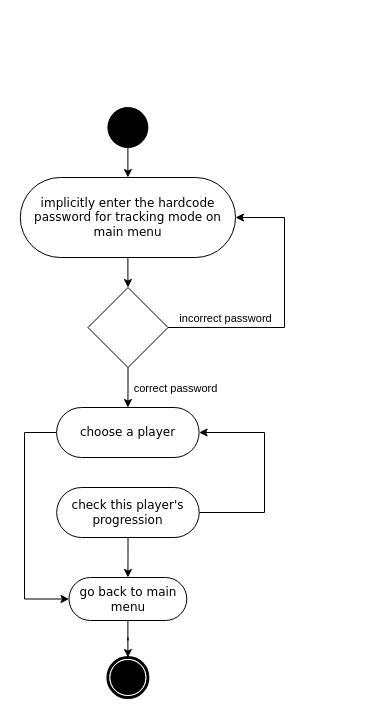
Earlier version of the draw.io diagram track progression.drawio (maxinimize/uml). Source tidied: cells renumbered, new cells numbered last; positions are measured from the earlier drawing's top-left corner, leaving out a move shared by most shapes. Both pictures are drawn from the tidied source at 100%, with x=0, y=0 at pixel (20, 107).
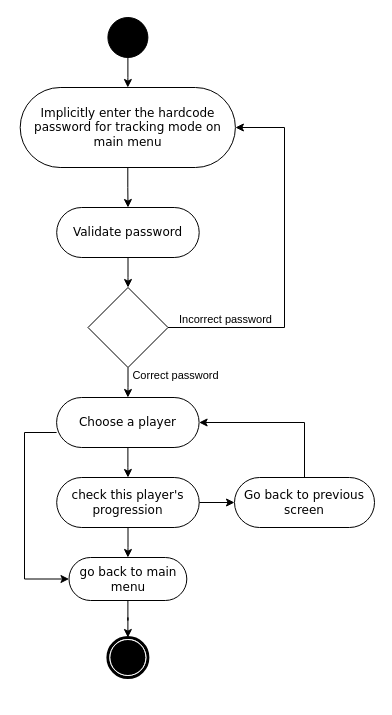
After the change.

The change refers to these unchanged cells:
```xml
<mxCell id="13" style="edgeStyle=orthogonalEdgeStyle;rounded=0;jettySize=auto;html=1;" parent="1" edge="1" source="15" target="3">
  <mxGeometry relative="1" as="geometry" />
</mxCell>
<mxCell id="15" style="rhombus;whiteSpace=wrap;html=1;" parent="1" vertex="1">
  <mxGeometry x="67.5" y="180" width="80" height="80" as="geometry" />
</mxCell>
```

The edit, as a diff of the source:
```diff
@@
     <mxCell id="2" style="edgeStyle=orthogonalEdgeStyle;rounded=0;jettySize=auto;html=1;entryX=0;entryY=0.5;entryDx=0;entryDy=0;" parent="1" edge="1" source="3" target="7">
       <mxGeometry relative="1" as="geometry">
         <Array as="points">
           <mxPoint x="4" y="325" />
-          <mxPoint x="4" y="492" />
+          <mxPoint x="4" y="472" />
         </Array>
       </mxGeometry>
     </mxCell>
+    <mxCell id="19" style="edgeStyle=orthogonalEdgeStyle;rounded=0;jettySize=auto;html=1;" parent="1" edge="1" source="3" target="18">
+      <mxGeometry relative="1" as="geometry" />
+    </mxCell>
-    <mxCell id="3" value="choose a player" style="rounded=1;whiteSpace=wrap;html=1;shadow=0;comic=0;labelBackgroundColor=none;strokeWidth=1;fontFamily=Verdana;fontSize=12;align=center;arcSize=50;" parent="1" vertex="1">
-      <mxGeometry x="36.1" y="300" width="142.5" height="50" as="geometry" />
+    <mxCell id="3" value="Choose a player" style="rounded=1;whiteSpace=wrap;html=1;shadow=0;comic=0;labelBackgroundColor=none;strokeWidth=1;fontFamily=Verdana;fontSize=12;align=center;arcSize=50;" parent="1" vertex="1">
+      <mxGeometry x="36.1" y="290" width="142.5" height="50" as="geometry" />
     </mxCell>
@@
     <mxCell id="5" style="ellipse;whiteSpace=wrap;html=1;rounded=0;shadow=0;comic=0;labelBackgroundColor=none;strokeWidth=1;fillColor=#000000;fontFamily=Verdana;fontSize=12;align=center;" parent="1" vertex="1">
-      <mxGeometry x="87.4" width="40" height="40" as="geometry" />
+      <mxGeometry x="87.4" y="-90" width="40" height="40" as="geometry" />
     </mxCell>
@@
     <mxCell id="7" value="go back to main menu" style="rounded=1;whiteSpace=wrap;html=1;shadow=0;comic=0;labelBackgroundColor=none;strokeWidth=1;fontFamily=Verdana;fontSize=12;align=center;arcSize=50;" parent="1" vertex="1">
-      <mxGeometry x="48.5" y="470" width="117.8" height="43" as="geometry" />
+      <mxGeometry x="48.5" y="450" width="117.8" height="43" as="geometry" />
     </mxCell>
     <mxCell id="8" style="shape=mxgraph.bpmn.shape;html=1;verticalLabelPosition=bottom;labelBackgroundColor=#ffffff;verticalAlign=top;perimeter=ellipsePerimeter;outline=end;symbol=terminate;rounded=0;shadow=0;comic=0;strokeWidth=1;fontFamily=Verdana;fontSize=12;align=center;" parent="1" vertex="1">
-      <mxGeometry x="87.4" y="550" width="40" height="40" as="geometry" />
+      <mxGeometry x="87.4" y="530" width="40" height="40" as="geometry" />
     </mxCell>
-    <mxCell id="9" style="edgeStyle=orthogonalEdgeStyle;rounded=0;jettySize=auto;html=1;" parent="1" edge="1" source="10" target="15">
+    <mxCell id="9" style="edgeStyle=orthogonalEdgeStyle;rounded=0;jettySize=auto;html=1;" parent="1" edge="1" source="24" target="15">
       <mxGeometry relative="1" as="geometry" />
     </mxCell>
-    <mxCell id="10" value="implicitly enter the hardcode password for tracking mode on main menu" style="rounded=1;whiteSpace=wrap;html=1;shadow=0;comic=0;labelBackgroundColor=none;strokeWidth=1;fontFamily=Verdana;fontSize=12;align=center;arcSize=50;" parent="1" vertex="1">
-      <mxGeometry x="-0.2" y="70" width="215.2" height="80" as="geometry" />
+    <mxCell id="10" value="Implicitly enter the hardcode password for tracking mode on main menu" style="rounded=1;whiteSpace=wrap;html=1;shadow=0;comic=0;labelBackgroundColor=none;strokeWidth=1;fontFamily=Verdana;fontSize=12;align=center;arcSize=50;" parent="1" vertex="1">
+      <mxGeometry x="-0.3" y="-20" width="215.2" height="80" as="geometry" />
     </mxCell>
     <mxCell id="11" style="edgeStyle=orthogonalEdgeStyle;rounded=0;jettySize=auto;html=1;entryX=1;entryY=0.5;entryDx=0;entryDy=0;" parent="1" edge="1" source="15" target="10">
       <mxGeometry relative="1" as="geometry">
         <Array as="points">
           <mxPoint x="264" y="220" />
-          <mxPoint x="264" y="110" />
+          <mxPoint x="264" y="20" />
         </Array>
       </mxGeometry>
     </mxCell>
-    <mxCell id="12" value="incorrect password" style="edgeLabel;html=1;align=center;verticalAlign=middle;" parent="11" vertex="1">
+    <mxCell id="12" value="Incorrect password" style="edgeLabel;html=1;align=center;verticalAlign=middle;" parent="11" vertex="1">
       <mxGeometry x="0.21" y="3" relative="1" as="geometry">
-        <mxPoint x="-57" y="41" as="offset" />
+        <mxPoint x="-57" y="96" as="offset" />
       </mxGeometry>
     </mxCell>
@@
-    <mxCell id="14" value="correct password" style="edgeLabel;html=1;align=center;verticalAlign=middle;" parent="13" vertex="1">
+    <mxCell id="14" value="Correct password" style="edgeLabel;html=1;align=center;verticalAlign=middle;" parent="13" vertex="1">
       <mxGeometry x="-0.45" y="-1" relative="1" as="geometry">
-        <mxPoint x="48" y="9" as="offset" />
+        <mxPoint x="48" y="-1" as="offset" />
       </mxGeometry>
     </mxCell>
@@
-    <mxCell id="17" style="edgeStyle=orthogonalEdgeStyle;rounded=0;jettySize=auto;html=1;entryX=1;entryY=0.5;entryDx=0;entryDy=0;" parent="1" edge="1" source="18" target="3">
-      <mxGeometry relative="1" as="geometry">
-        <Array as="points">
-          <mxPoint x="244" y="405" />
-          <mxPoint x="244" y="325" />
-        </Array>
-      </mxGeometry>
-    </mxCell>
+    <mxCell id="20" style="edgeStyle=orthogonalEdgeStyle;rounded=0;jettySize=auto;html=1;" parent="1" edge="1" source="18" target="22">
+      <mxGeometry relative="1" as="geometry" />
+    </mxCell>
     <mxCell id="18" value="check this player's progression" style="rounded=1;whiteSpace=wrap;html=1;shadow=0;comic=0;labelBackgroundColor=none;strokeWidth=1;fontFamily=Verdana;fontSize=12;align=center;arcSize=50;" parent="1" vertex="1">
-      <mxGeometry x="36.2" y="380" width="142.5" height="50" as="geometry" />
+      <mxGeometry x="36.2" y="370" width="142.5" height="50" as="geometry" />
     </mxCell>
+    <mxCell id="21" style="edgeStyle=orthogonalEdgeStyle;rounded=0;jettySize=auto;html=1;entryX=1;entryY=0.5;entryDx=0;entryDy=0;" parent="1" edge="1" source="22" target="3">
+      <mxGeometry relative="1" as="geometry">
+        <Array as="points">
+          <mxPoint x="284" y="315" />
+        </Array>
+      </mxGeometry>
+    </mxCell>
+    <mxCell id="22" value="Go back to previous screen" style="rounded=1;whiteSpace=wrap;html=1;shadow=0;comic=0;labelBackgroundColor=none;strokeWidth=1;fontFamily=Verdana;fontSize=12;align=center;arcSize=50;" parent="1" vertex="1">
+      <mxGeometry x="214" y="370" width="140" height="50" as="geometry" />
+    </mxCell>
+    <mxCell id="23" style="edgeStyle=orthogonalEdgeStyle;rounded=0;jettySize=auto;html=1;" parent="1" edge="1" source="10" target="24">
+      <mxGeometry relative="1" as="geometry" />
+    </mxCell>
+    <mxCell id="24" value="Validate password" style="rounded=1;whiteSpace=wrap;html=1;shadow=0;comic=0;labelBackgroundColor=none;strokeWidth=1;fontFamily=Verdana;fontSize=12;align=center;arcSize=50;" parent="1" vertex="1">
+      <mxGeometry x="36.2" y="100" width="142.5" height="50" as="geometry" />
+    </mxCell>
```
